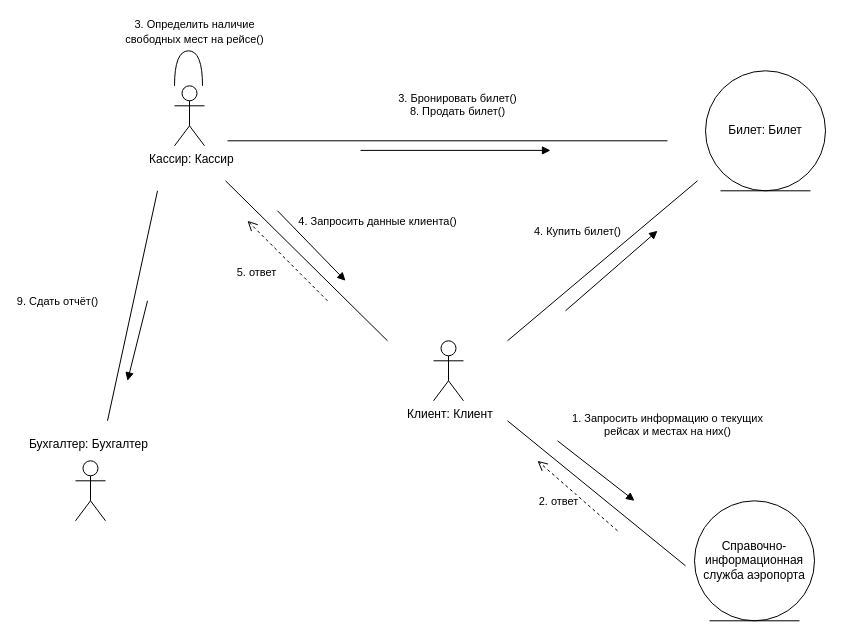
Earlier version of the draw.io diagram page "Бд 3" (14 of 18) of IKBO-11-20_Kuzin.drawio (Rattokun/ModelRep). Source tidied: cells renumbered, new cells numbered last; positions are measured from the earlier drawing's top-left corner, leaving out a move shared by most shapes. Both pictures are drawn from the tidied source at 100%, with x=0, y=0 at pixel (27, 50).
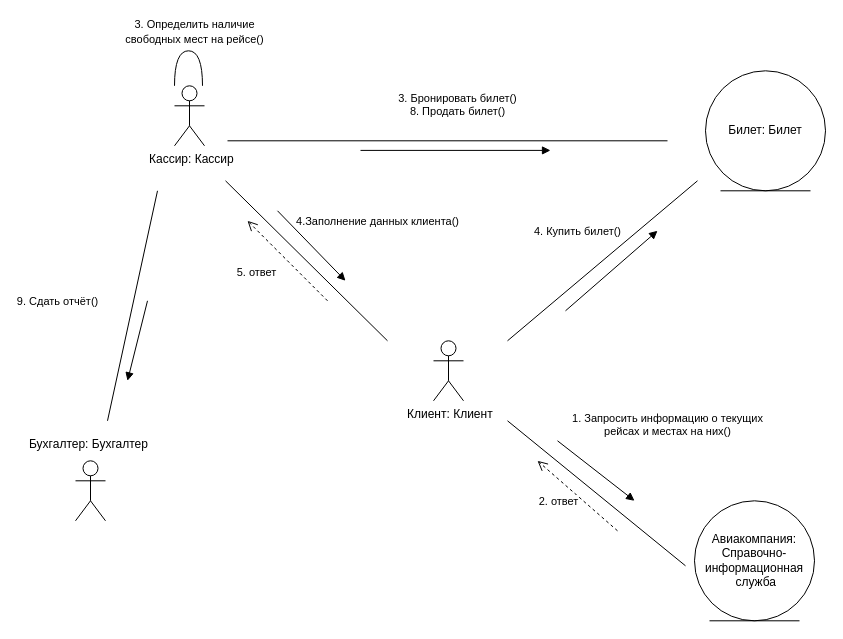
The same diagram, later.

Change to the diagram source:
```diff
@@
-    <mxCell id="6" value="4. Запросить данные клиента()" style="html=1;verticalAlign=bottom;endArrow=block;rounded=0;" parent="1" edge="1">
+    <mxCell id="6" value="4.Заполнение данных клиента()" style="html=1;verticalAlign=bottom;endArrow=block;rounded=0;" parent="1" edge="1">
       <mxGeometry x="0.72" y="58" relative="1" as="geometry">
         <mxPoint x="250" y="160.3" as="sourcePoint" />
         <mxPoint x="318" y="230.3" as="targetPoint" />
       </mxGeometry>
     </mxCell>
@@
-    <mxCell id="21" value="&lt;span&gt;Справочно-информационная&lt;/span&gt;&lt;br&gt;&lt;span&gt;служба аэропорта&lt;/span&gt;" style="ellipse;shape=umlEntity;whiteSpace=wrap;html=1;fontSize=12;" parent="1" vertex="1">
+    <mxCell id="21" value="&lt;span style=&quot;&quot;&gt;Авиакомпания: Справочно-&lt;br&gt;информационная&lt;br&gt;&amp;nbsp;&lt;/span&gt;&lt;span style=&quot;&quot;&gt;служба&lt;/span&gt;" style="ellipse;shape=umlEntity;whiteSpace=wrap;html=1;fontSize=12;" parent="1" vertex="1">
       <mxGeometry x="667" y="450.3" width="120" height="120" as="geometry" />
     </mxCell>
```
